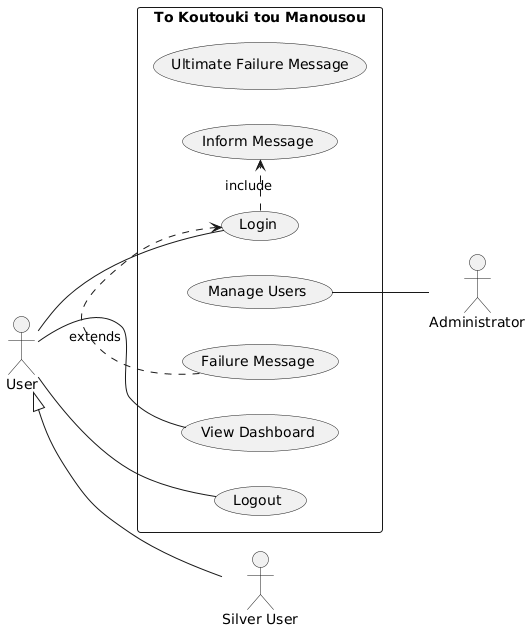
This is use-case.png from softwareDesign24/collaborateUML-ucd, a PlantUML export, as it was before one commit.
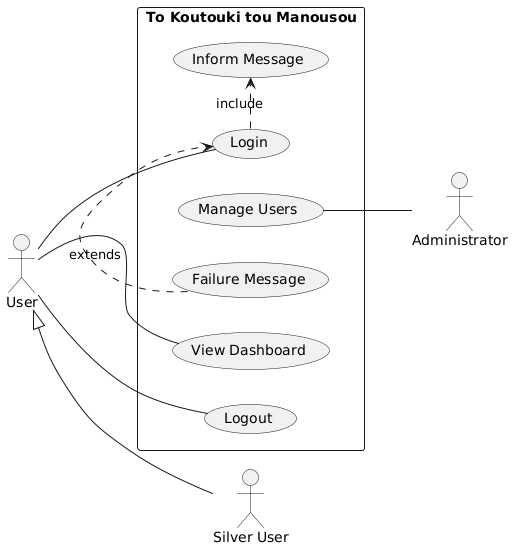
Above is the later version.

Commit message:
Automated UML diagram generation

Diff of the diagram source:
```diff
@@ -13,7 +13,6 @@
   usecase "Manage Users" as UC4
   usecase "Inform Message" as UC5
   usecase "Failure Message" as UC6
-  usecase "Ultimate Failure Message" as UC7
 }
 
 usr -- UC1
```
